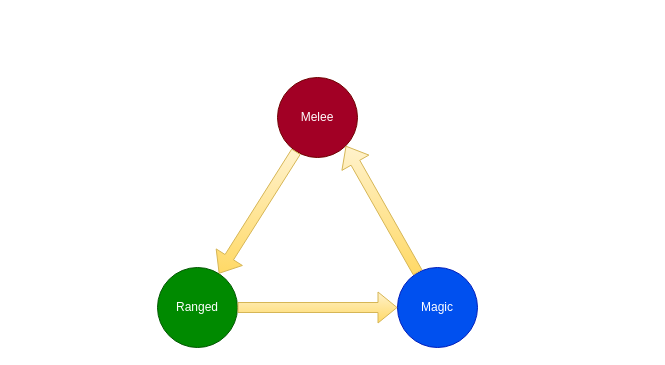
This is page "Combat_triangle" (1 of 4) of classes.drawio from Foreplay241/VFDcards, a draw.io file, before an edit. Source tidied: cells renumbered, new cells numbered last; positions are measured from the earlier drawing's top-left corner, leaving out a move shared by most shapes. Both pictures are drawn from the tidied source at 100%, with x=0, y=0 at pixel (157, 77).
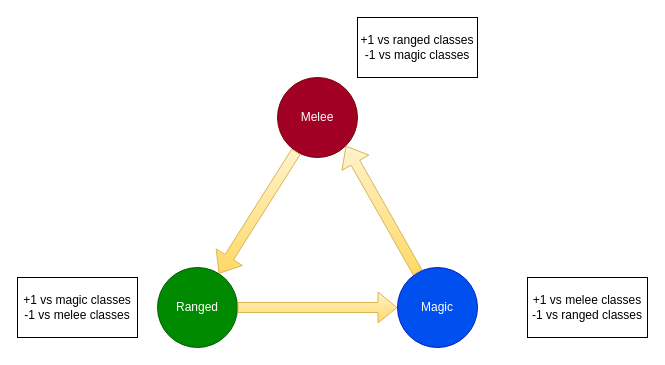
The same diagram, later.

Diff of the diagram source:
```diff
@@
 <mxGraphModel>
   <root>
     <mxCell id="0" />
     <mxCell id="1" parent="0" />
     <mxCell id="2" value="Melee" style="ellipse;whiteSpace=wrap;html=1;fillColor=#a20025;fontColor=#ffffff;strokeColor=#6F0000;" parent="1" vertex="1">
       <mxGeometry x="120" width="80" height="80" as="geometry" />
     </mxCell>
     <mxCell id="3" value="Ranged" style="ellipse;whiteSpace=wrap;html=1;fillColor=#008a00;fontColor=#ffffff;strokeColor=#005700;" parent="1" vertex="1">
       <mxGeometry y="190" width="80" height="80" as="geometry" />
     </mxCell>
     <mxCell id="4" value="Magic" style="ellipse;whiteSpace=wrap;html=1;fillColor=#0050ef;fontColor=#ffffff;strokeColor=#001DBC;" parent="1" vertex="1">
       <mxGeometry x="240" y="190" width="80" height="80" as="geometry" />
     </mxCell>
     <mxCell id="5" style="shape=flexArrow;endArrow=classic;html=1;rounded=0;entryX=1;entryY=1;entryDx=0;entryDy=0;fillColor=#fff2cc;gradientColor=#ffd966;strokeColor=#d6b656;" parent="1" edge="1" source="4" target="2">
       <mxGeometry relative="1" as="geometry" />
     </mxCell>
     <mxCell id="6" style="shape=flexArrow;endArrow=classic;html=1;rounded=0;fillColor=#fff2cc;gradientColor=#ffd966;strokeColor=#d6b656;" parent="1" edge="1" source="2" target="3">
       <mxGeometry relative="1" as="geometry" />
     </mxCell>
     <mxCell id="7" style="shape=flexArrow;endArrow=classic;html=1;rounded=0;exitX=1;exitY=0.5;exitDx=0;exitDy=0;entryX=0;entryY=0.5;entryDx=0;entryDy=0;fillColor=#fff2cc;gradientColor=#ffd966;strokeColor=#d6b656;" parent="1" edge="1" source="3" target="4">
       <mxGeometry relative="1" as="geometry" />
     </mxCell>
+    <mxCell id="8" value="+1 vs melee classes&lt;br&gt;-1 vs ranged classes" style="rounded=0;whiteSpace=wrap;html=1;" parent="1" vertex="1">
+      <mxGeometry x="370" y="200" width="120" height="60" as="geometry" />
+    </mxCell>
+    <mxCell id="9" value="+1 vs ranged&amp;nbsp;classes&lt;br&gt;-1 vs magic classes" style="rounded=0;whiteSpace=wrap;html=1;" parent="1" vertex="1">
+      <mxGeometry x="200" y="-60" width="120" height="60" as="geometry" />
+    </mxCell>
+    <mxCell id="10" value="+1 vs magic&amp;nbsp;classes&lt;br&gt;-1 vs melee classes" style="rounded=0;whiteSpace=wrap;html=1;" parent="1" vertex="1">
+      <mxGeometry x="-140" y="200" width="120" height="60" as="geometry" />
+    </mxCell>
   </root>
 </mxGraphModel>
```
